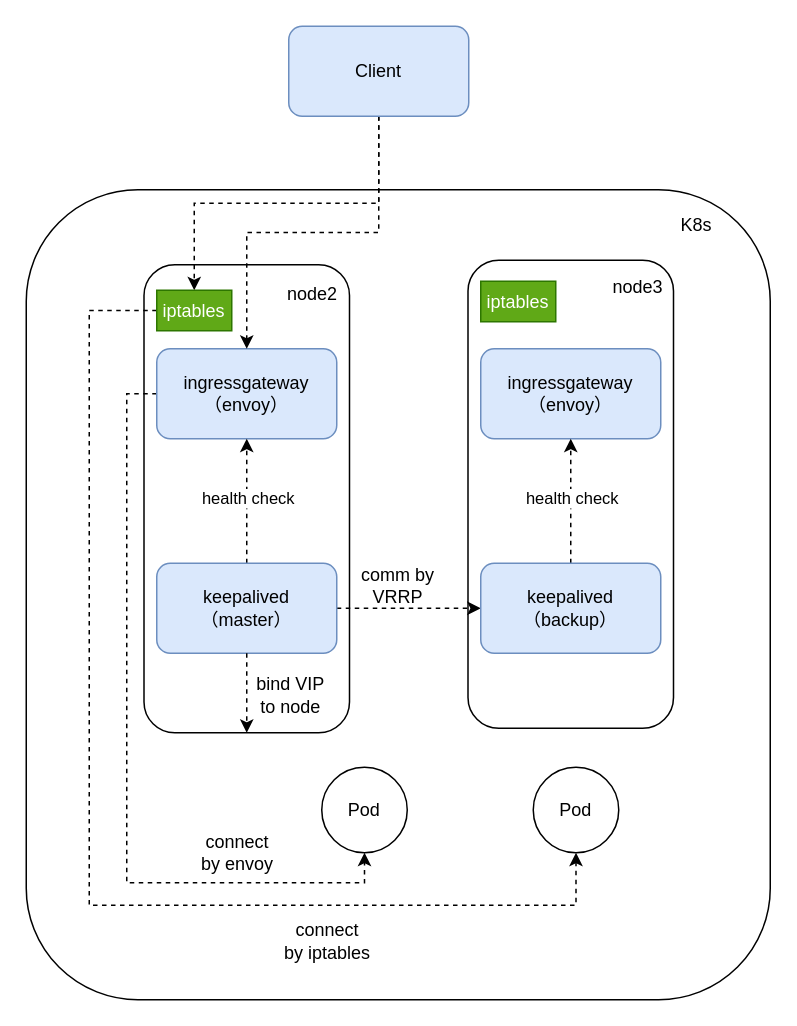
This is diagrams/nlb架构.drawio from fengyinqiao/cloudimg, a draw.io file, before an edit. Source tidied: cells renumbered, new cells numbered last; positions are measured from the earlier drawing's top-left corner, leaving out a move shared by most shapes. Both pictures are drawn from the tidied source at 150%, with x=0, y=0 at pixel (26, 26).
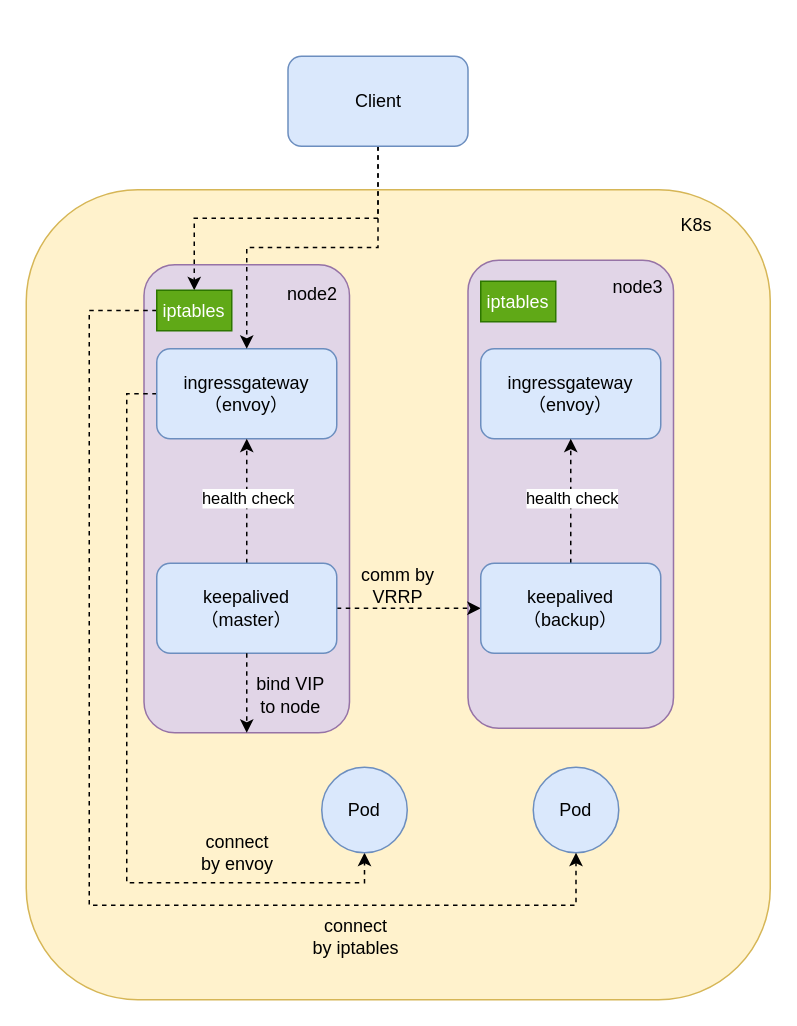
The same page after the edit.

The edit, as a diff of the source:
```diff
@@
-    <mxCell id="2" style="rounded=1;whiteSpace=wrap;html=1;" parent="1" vertex="1">
+    <mxCell id="2" style="rounded=1;whiteSpace=wrap;html=1;fillColor=#fff2cc;strokeColor=#d6b656;" parent="1" vertex="1">
       <mxGeometry y="109" width="496" height="540" as="geometry" />
     </mxCell>
-    <mxCell id="3" style="rounded=1;whiteSpace=wrap;html=1;" parent="1" vertex="1">
+    <mxCell id="3" style="rounded=1;whiteSpace=wrap;html=1;fillColor=#e1d5e7;strokeColor=#9673a6;" parent="1" vertex="1">
       <mxGeometry x="294.5" y="156" width="137" height="312" as="geometry" />
     </mxCell>
-    <mxCell id="4" style="rounded=1;whiteSpace=wrap;html=1;" parent="1" vertex="1">
+    <mxCell id="4" style="rounded=1;whiteSpace=wrap;html=1;fillColor=#e1d5e7;strokeColor=#9673a6;" parent="1" vertex="1">
       <mxGeometry x="78.5" y="159" width="137" height="312" as="geometry" />
     </mxCell>
@@
     <mxCell id="23" value="Client" style="rounded=1;whiteSpace=wrap;html=1;fillColor=#dae8fc;strokeColor=#6c8ebf;" parent="1" vertex="1">
-      <mxGeometry x="175" width="120" height="60" as="geometry" />
+      <mxGeometry x="174.5" y="20" width="120" height="60" as="geometry" />
     </mxCell>
-    <mxCell id="24" value="Pod" style="ellipse;whiteSpace=wrap;html=1;" parent="1" vertex="1">
+    <mxCell id="24" value="Pod" style="ellipse;whiteSpace=wrap;html=1;fillColor=#dae8fc;strokeColor=#6c8ebf;" parent="1" vertex="1">
       <mxGeometry x="197" y="494" width="57" height="57" as="geometry" />
     </mxCell>
-    <mxCell id="25" value="Pod" style="ellipse;whiteSpace=wrap;html=1;" parent="1" vertex="1">
+    <mxCell id="25" value="Pod" style="ellipse;whiteSpace=wrap;html=1;fillColor=#dae8fc;strokeColor=#6c8ebf;" parent="1" vertex="1">
       <mxGeometry x="338" y="494" width="57" height="57" as="geometry" />
     </mxCell>
@@
     <mxCell id="29" value="connect by iptables" style="text;html=1;strokeColor=none;fillColor=none;align=center;verticalAlign=middle;whiteSpace=wrap;rounded=0;" parent="1" vertex="1">
-      <mxGeometry x="171" y="595" width="60" height="30" as="geometry" />
+      <mxGeometry x="190" y="592" width="60" height="30" as="geometry" />
     </mxCell>
```
